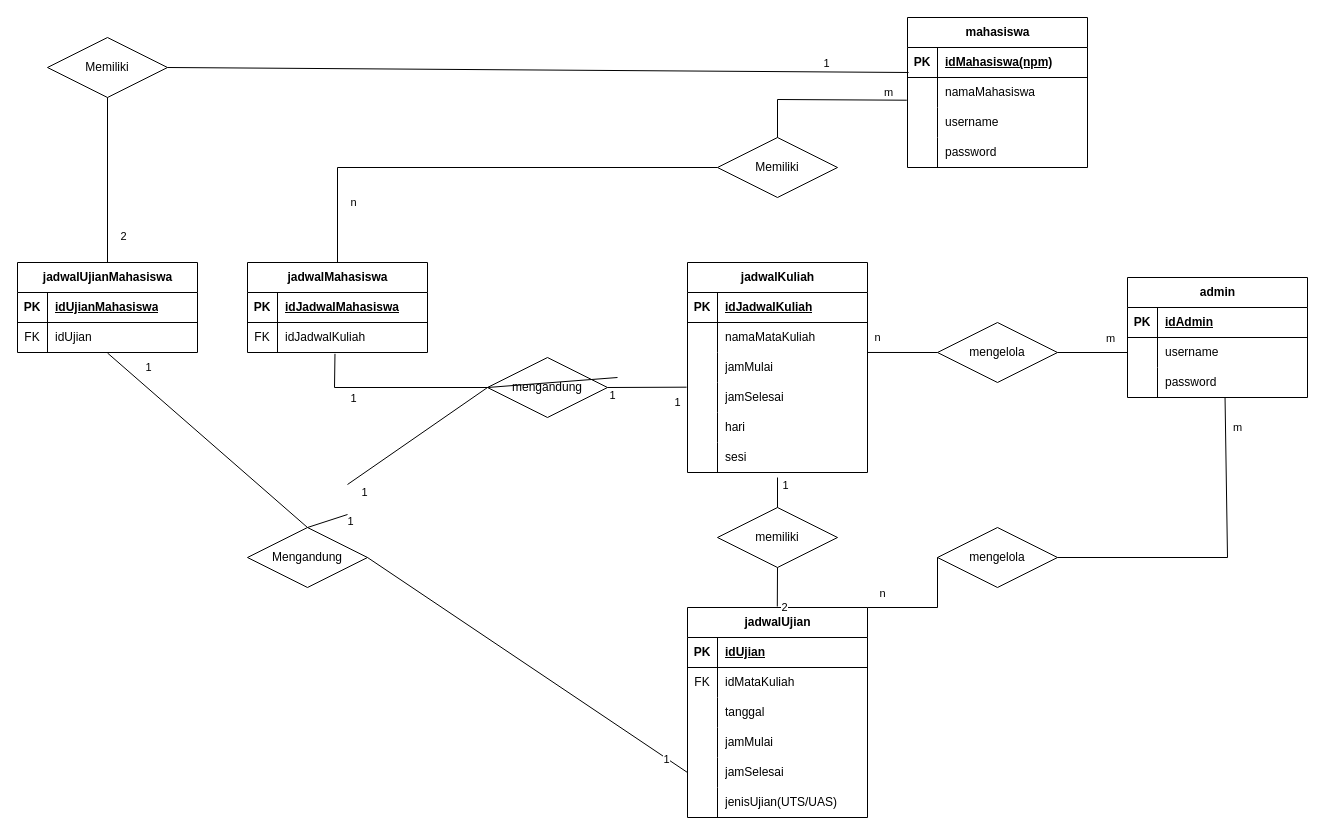
putra443/perangkat-lunak-simulasi-frs keeps this draw.io diagram as diagram/ERD simulasi FRS.drawio. Above is the earlier version. Source tidied: cells renumbered, new cells numbered last; positions are measured from the earlier drawing's top-left corner, leaving out a move shared by most shapes. Both pictures are drawn from the tidied source at 100%, with x=0, y=0 at pixel (17, 17).
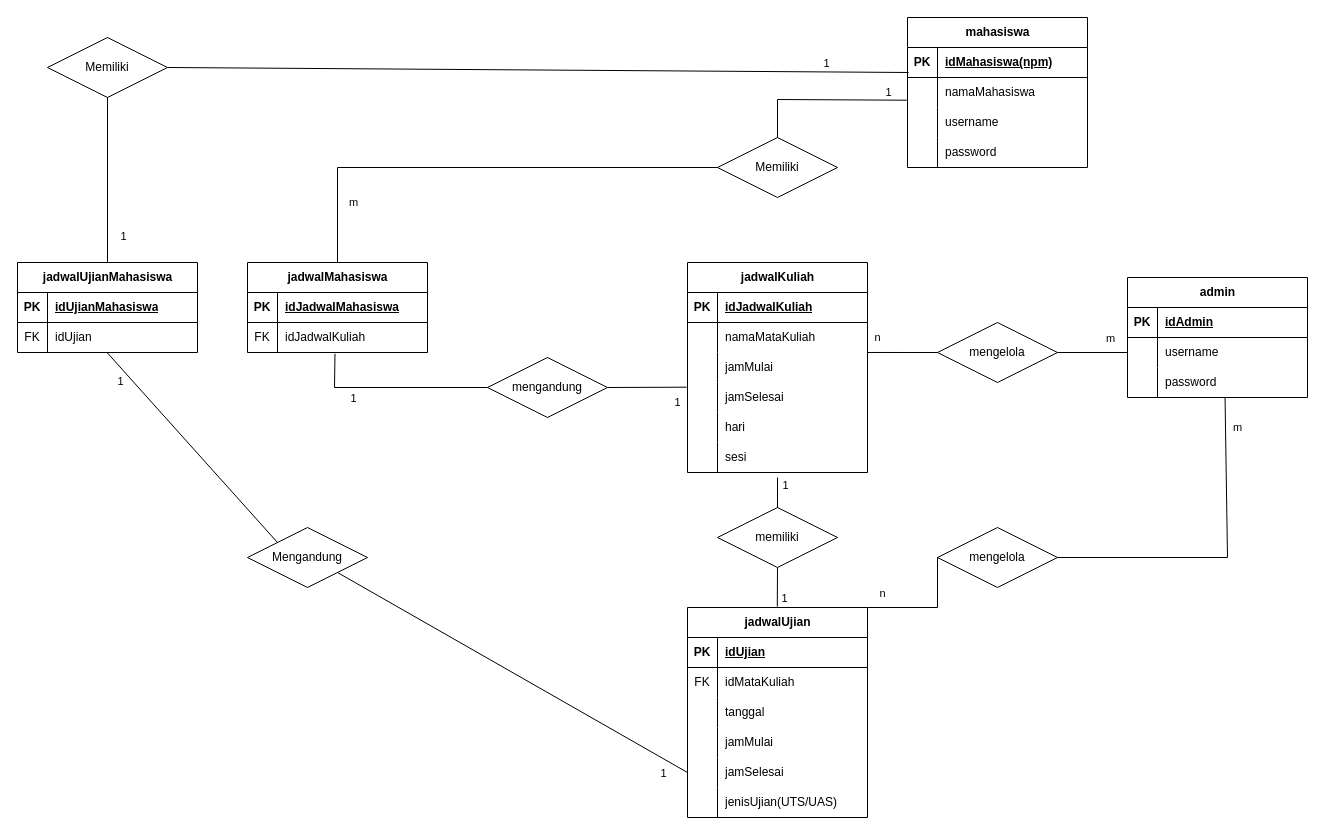
The same diagram, later.

Unchanged cells that the change refers to:
```xml
<mxCell id="34" style="shape=tableRow;horizontal=0;startSize=0;swimlaneHead=0;swimlaneBody=0;fillColor=none;points=[[0,0.5],[1,0.5]];portConstraint=eastwest;top=0;left=0;right=0;bottom=0;" parent="21" vertex="1">
  <mxGeometry y="150" width="180" height="30" as="geometry" />
</mxCell>
<mxCell id="43" style="endArrow=none;html=1;rounded=0;entryX=0.5;entryY=0;entryDx=0;entryDy=0;exitX=0.5;exitY=1;exitDx=0;exitDy=0;" parent="1" edge="1" source="40">
  <mxGeometry relative="1" as="geometry">
    <mxPoint x="759.8" y="589" as="targetPoint" />
  </mxGeometry>
</mxCell>
<mxCell id="59" style="endArrow=none;html=1;rounded=0;exitX=0.5;exitY=0;exitDx=0;exitDy=0;entryX=-0.004;entryY=0.757;entryDx=0;entryDy=0;entryPerimeter=0;" parent="1" edge="1" source="58" target="49">
  <mxGeometry relative="1" as="geometry">
    <Array as="points">
      <mxPoint x="760" y="82" />
    </Array>
  </mxGeometry>
</mxCell>
<mxCell id="61" style="endArrow=none;html=1;rounded=0;exitX=0;exitY=0.5;exitDx=0;exitDy=0;entryX=0.5;entryY=0;entryDx=0;entryDy=0;" parent="1" edge="1" source="58" target="83">
  <mxGeometry relative="1" as="geometry">
    <Array as="points">
      <mxPoint x="320" y="150" />
    </Array>
  </mxGeometry>
</mxCell>
<mxCell id="90" value="mengandung" style="shape=rhombus;perimeter=rhombusPerimeter;whiteSpace=wrap;html=1;align=center;" parent="1" vertex="1">
  <mxGeometry x="470" y="340" width="120" height="60" as="geometry" />
</mxCell>
<mxCell id="99" style="shape=tableRow;horizontal=0;startSize=0;swimlaneHead=0;swimlaneBody=0;fillColor=none;points=[[0,0.5],[1,0.5]];portConstraint=eastwest;top=0;left=0;right=0;bottom=0;" parent="95" vertex="1">
  <mxGeometry y="60" width="180" height="30" as="geometry" />
</mxCell>
<mxCell id="105" style="endArrow=none;html=1;rounded=0;exitX=0.5;exitY=1;exitDx=0;exitDy=0;entryX=0.5;entryY=0;entryDx=0;entryDy=0;" parent="1" edge="1" source="102" target="95">
  <mxGeometry relative="1" as="geometry" />
</mxCell>
<mxCell id="109" value="Mengandung" style="shape=rhombus;perimeter=rhombusPerimeter;whiteSpace=wrap;html=1;align=center;" parent="1" vertex="1">
  <mxGeometry x="230" y="510" width="120" height="60" as="geometry" />
</mxCell>
```

What changed in the source:
```diff
@@
-    <mxCell id="44" value="2" style="edgeLabel;html=1;align=center;verticalAlign=middle;" parent="43" vertex="1">
+    <mxCell id="44" value="1" style="edgeLabel;html=1;align=center;verticalAlign=middle;" parent="43" vertex="1">
       <mxGeometry x="-0.83" y="1" relative="1" as="geometry">
-        <mxPoint x="6" y="36" as="offset" />
+        <mxPoint x="6" y="27" as="offset" />
       </mxGeometry>
     </mxCell>
@@
-    <mxCell id="60" value="m" style="edgeLabel;html=1;align=center;verticalAlign=middle;" parent="59" vertex="1">
+    <mxCell id="60" value="1" style="edgeLabel;html=1;align=center;verticalAlign=middle;" parent="59" vertex="1">
       <mxGeometry x="0.77" y="2" relative="1" as="geometry">
         <mxPoint y="-6" as="offset" />
       </mxGeometry>
     </mxCell>
@@
-    <mxCell id="62" value="n" style="edgeLabel;html=1;align=center;verticalAlign=middle;" parent="61" vertex="1">
+    <mxCell id="62" value="m" style="edgeLabel;html=1;align=center;verticalAlign=middle;" parent="61" vertex="1">
       <mxGeometry x="0.78" relative="1" as="geometry">
         <mxPoint x="15" y="-9" as="offset" />
       </mxGeometry>
     </mxCell>
@@
-    <mxCell id="91" style="endArrow=none;html=1;rounded=0;entryX=0;entryY=0.5;entryDx=0;entryDy=0;exitX=1;exitY=0.5;exitDx=0;exitDy=0;" parent="1" edge="1" target="90">
-      <mxGeometry relative="1" as="geometry">
-        <mxPoint x="330" y="467" as="sourcePoint" />
-      </mxGeometry>
-    </mxCell>
-    <mxCell id="92" value="1" style="edgeLabel;html=1;align=center;verticalAlign=middle;" parent="91" vertex="1">
-      <mxGeometry x="-0.83" y="1" relative="1" as="geometry">
-        <mxPoint x="6" y="16" as="offset" />
-      </mxGeometry>
-    </mxCell>
@@
-    <mxCell id="106" value="2" style="edgeLabel;html=1;align=center;verticalAlign=middle;" parent="105" vertex="1">
+    <mxCell id="106" value="1" style="edgeLabel;html=1;align=center;verticalAlign=middle;" parent="105" vertex="1">
       <mxGeometry x="0.78" relative="1" as="geometry">
         <mxPoint x="15" y="-9" as="offset" />
       </mxGeometry>
     </mxCell>
-    <mxCell id="107" style="endArrow=none;html=1;rounded=0;entryX=0;entryY=0.5;entryDx=0;entryDy=0;exitX=1;exitY=0.5;exitDx=0;exitDy=0;" parent="1" edge="1" target="90">
-      <mxGeometry relative="1" as="geometry">
-        <mxPoint x="600" y="360" as="sourcePoint" />
-      </mxGeometry>
-    </mxCell>
-    <mxCell id="108" value="1" style="edgeLabel;html=1;align=center;verticalAlign=middle;" parent="107" vertex="1">
-      <mxGeometry x="-0.83" y="1" relative="1" as="geometry">
-        <mxPoint x="5" y="16" as="offset" />
-      </mxGeometry>
-    </mxCell>
@@
-    <mxCell id="110" style="endArrow=none;html=1;rounded=0;entryX=0.5;entryY=0;entryDx=0;entryDy=0;exitX=0.622;exitY=1.033;exitDx=0;exitDy=0;exitPerimeter=0;" parent="1" edge="1" target="109">
-      <mxGeometry relative="1" as="geometry">
-        <mxPoint x="330" y="497" as="sourcePoint" />
-      </mxGeometry>
-    </mxCell>
-    <mxCell id="111" value="1" style="edgeLabel;html=1;align=center;verticalAlign=middle;" parent="110" vertex="1">
-      <mxGeometry x="-0.83" y="1" relative="1" as="geometry">
-        <mxPoint x="6" y="4" as="offset" />
-      </mxGeometry>
-    </mxCell>
-    <mxCell id="112" style="endArrow=none;html=1;rounded=0;entryX=1;entryY=0.5;entryDx=0;entryDy=0;exitX=0;exitY=0.5;exitDx=0;exitDy=0;" parent="1" edge="1" source="34" target="109">
+    <mxCell id="112" style="endArrow=none;html=1;rounded=0;entryX=1;entryY=1;entryDx=0;entryDy=0;exitX=0;exitY=0.5;exitDx=0;exitDy=0;" parent="1" edge="1" source="34" target="109">
       <mxGeometry relative="1" as="geometry" />
     </mxCell>
     <mxCell id="113" value="1" style="edgeLabel;html=1;align=center;verticalAlign=middle;" parent="112" vertex="1">
       <mxGeometry x="-0.83" y="1" relative="1" as="geometry">
-        <mxPoint x="6" y="4" as="offset" />
+        <mxPoint x="6" y="17" as="offset" />
       </mxGeometry>
     </mxCell>
@@
-    <mxCell id="116" style="endArrow=none;html=1;rounded=0;entryX=0.5;entryY=1.017;entryDx=0;entryDy=0;exitX=0.5;exitY=0;exitDx=0;exitDy=0;entryPerimeter=0;" parent="1" edge="1" source="109" target="99">
+    <mxCell id="116" style="endArrow=none;html=1;rounded=0;entryX=0.5;entryY=1.017;entryDx=0;entryDy=0;exitX=0;exitY=0;exitDx=0;exitDy=0;entryPerimeter=0;" parent="1" edge="1" source="109" target="99">
       <mxGeometry relative="1" as="geometry" />
     </mxCell>
```
